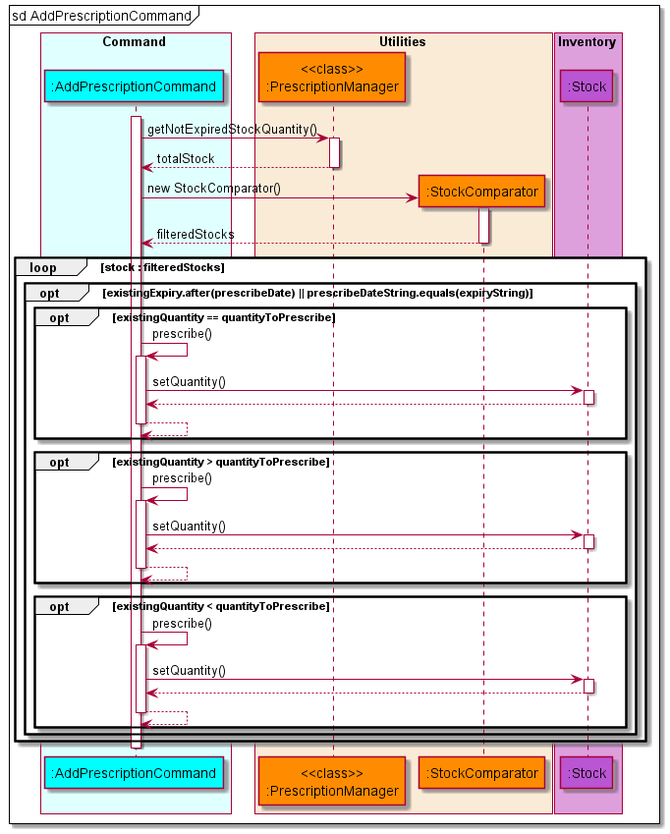
Earlier version of the PlantUML export docs/diagrams/diagram_images/AddPrescriptionSequenceDiagram.png (nus-cs2113-AY2122S1/tp).
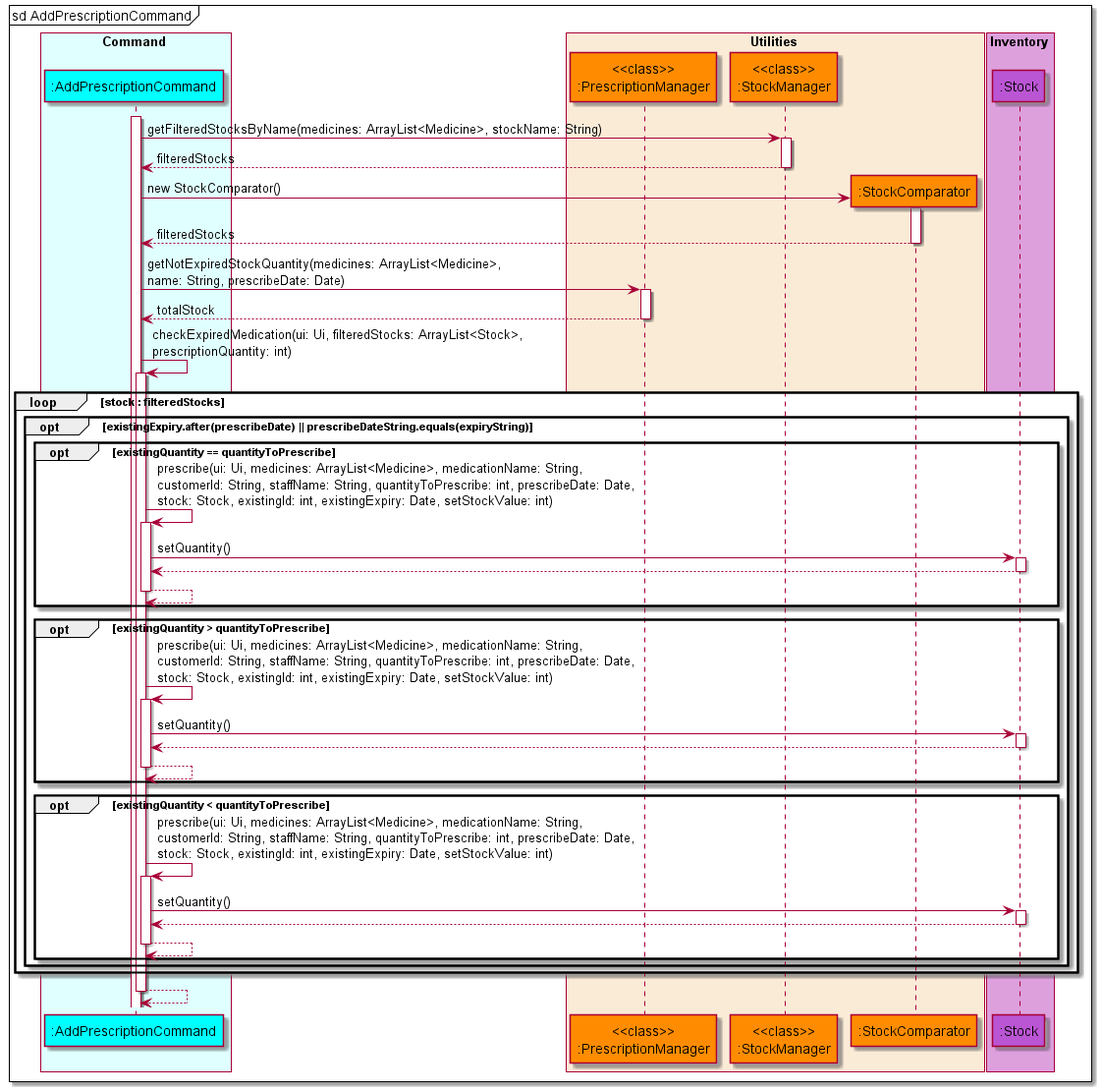
Above is the later version.

The edit, as a diff of the source:
```diff
@@ -8,6 +8,7 @@
 
 box Utilities COLOR_UTILITIES_BOX
     participant "<<class>>\n:PrescriptionManager" as prescriptionManager COLOR_UTILITIES
+    participant "<<class>>\n:StockManager" as stockManager COLOR_UTILITIES
     participant ":StockComparator" as stockcomparator COLOR_UTILITIES
 end box
 
@@ -18,37 +19,45 @@
 autoactivate on
 mainframe sd AddPrescriptionCommand
 activate addprescription
-    addprescription -> prescriptionManager: getNotExpiredStockQuantity()
-    addprescription <-- prescriptionManager: totalStock
-
+    addprescription -> stockManager: getFilteredStocksByName(medicines: ArrayList<Medicine>, stockName: String)
+    addprescription <-- stockManager: filteredStocks
     create stockcomparator
     addprescription -> stockcomparator : new StockComparator()
     addprescription <-- stockcomparator : filteredStocks
+
+    addprescription -> prescriptionManager: getNotExpiredStockQuantity(medicines: ArrayList<Medicine>, \nname: String, prescribeDate: Date)
+    addprescription <-- prescriptionManager: totalStock
+
+
+
     deactivate stockcomparator
+    addprescription -> addprescription : checkExpiredMedication(ui: Ui, filteredStocks: ArrayList<Stock>, \nprescriptionQuantity: int)
+
     loop stock : filteredStocks
         opt existingExpiry.after(prescribeDate) || prescribeDateString.equals(expiryString)
             opt existingQuantity == quantityToPrescribe
-                addprescription -> addprescription : prescribe()
+                addprescription -> addprescription : prescribe(ui: Ui, medicines: ArrayList<Medicine>, medicationName: String, \ncustomerId: String, staffName: String, quantityToPrescribe: int, prescribeDate: Date, \nstock: Stock, existingId: int, existingExpiry: Date, setStockValue: int)
                 addprescription -> stock : setQuantity()
                 addprescription <-- stock
                 addprescription --> addprescription
             end
 
             opt existingQuantity > quantityToPrescribe
-                addprescription -> addprescription : prescribe()
+                addprescription -> addprescription : prescribe(ui: Ui, medicines: ArrayList<Medicine>, medicationName: String, \ncustomerId: String, staffName: String, quantityToPrescribe: int, prescribeDate: Date, \nstock: Stock, existingId: int, existingExpiry: Date, setStockValue: int)
                 addprescription -> stock : setQuantity()
                 addprescription <-- stock
                 addprescription --> addprescription
             end
             opt existingQuantity < quantityToPrescribe
-                addprescription -> addprescription : prescribe()
+                addprescription -> addprescription : prescribe(ui: Ui, medicines: ArrayList<Medicine>, medicationName: String, \ncustomerId: String, staffName: String, quantityToPrescribe: int, prescribeDate: Date, \nstock: Stock, existingId: int, existingExpiry: Date, setStockValue: int)
                 addprescription -> stock : setQuantity()
                 addprescription <-- stock
                 addprescription --> addprescription
             end
         end
     end
+        addprescription --> addprescription
 
-deactivate addprescription
+
 
 @enduml
```
